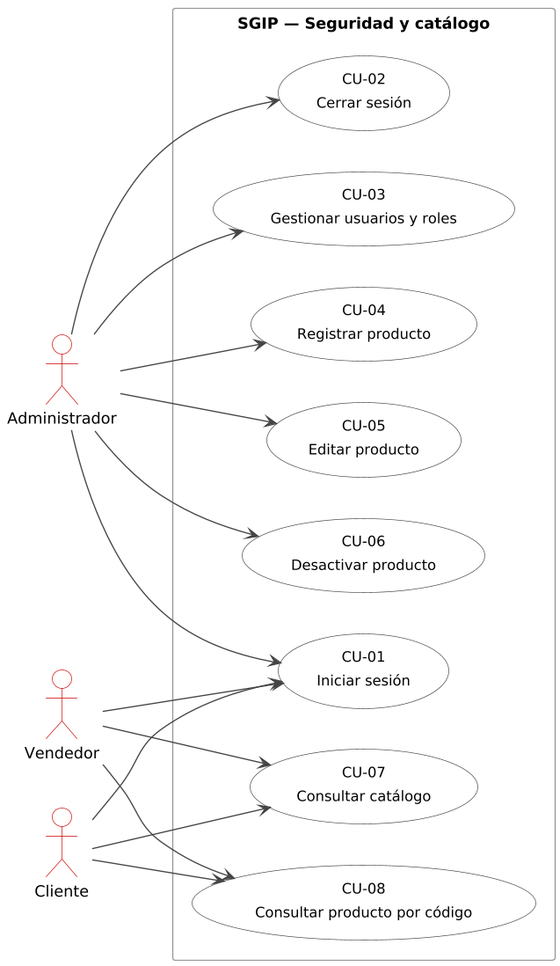
Above: docs/diagramas/png/01a_cu_seguridad_catalogo.png in JesusmanR/SGIP (PlantUML), before the change.
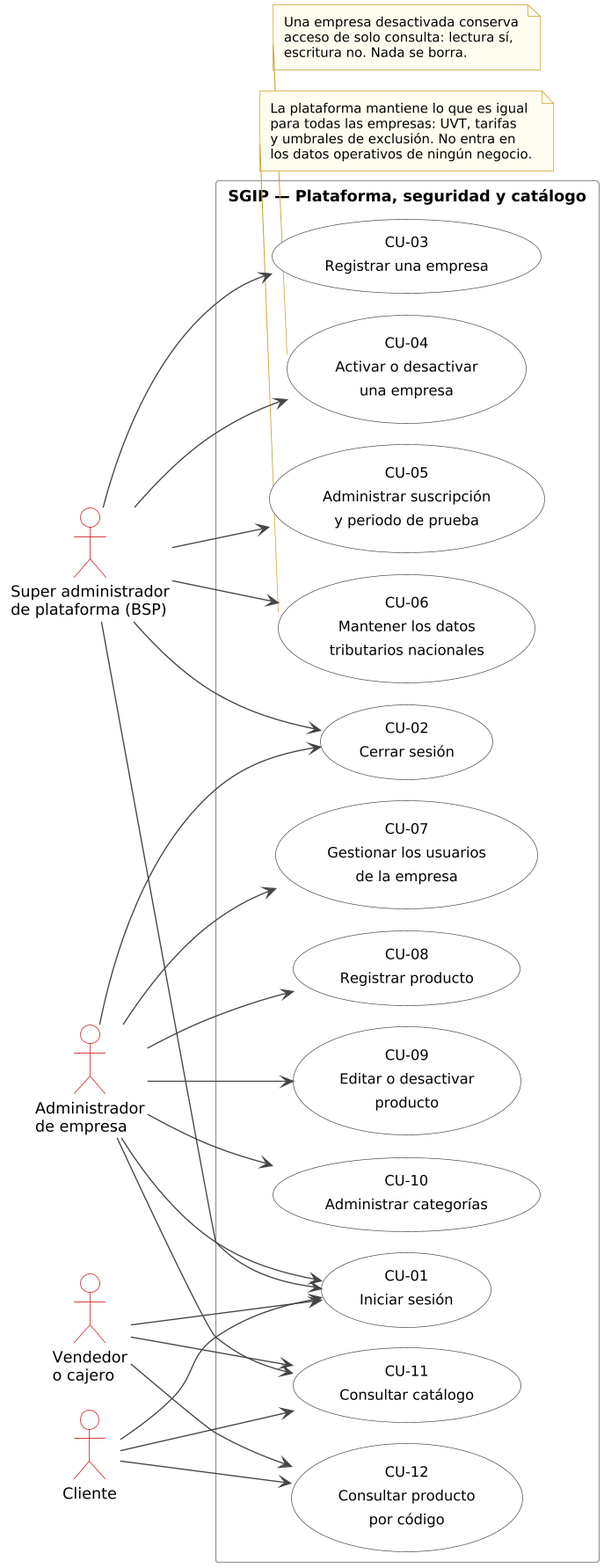
Above is the later version.

What changed in the source:
```diff
@@ -1,32 +1,61 @@
 @startuml
+!pragma layout smetana
 !include comun.iuml
 left to right direction
 
-actor "Administrador" as ADM
-actor "Vendedor" as VEN
+actor "Super administrador\nde plataforma (BSP)" as SUP
+actor "Administrador\nde empresa" as ADM
+actor "Vendedor\no cajero" as VEN
 actor "Cliente" as CLI
 
-rectangle "SGIP — Seguridad y catálogo" {
+rectangle "SGIP — Plataforma, seguridad y catálogo" {
   usecase "CU-01\nIniciar sesión" as CU01
   usecase "CU-02\nCerrar sesión" as CU02
-  usecase "CU-03\nGestionar usuarios y roles" as CU03
-  usecase "CU-04\nRegistrar producto" as CU04
-  usecase "CU-05\nEditar producto" as CU05
-  usecase "CU-06\nDesactivar producto" as CU06
-  usecase "CU-07\nConsultar catálogo" as CU07
-  usecase "CU-08\nConsultar producto por código" as CU08
+  usecase "CU-03\nRegistrar una empresa" as CU03
+  usecase "CU-04\nActivar o desactivar\nuna empresa" as CU04
+  usecase "CU-05\nAdministrar suscripción\ny periodo de prueba" as CU05
+  usecase "CU-06\nMantener los datos\ntributarios nacionales" as CU06
+  usecase "CU-07\nGestionar los usuarios\nde la empresa" as CU07
+  usecase "CU-08\nRegistrar producto" as CU08
+  usecase "CU-09\nEditar o desactivar\nproducto" as CU09
+  usecase "CU-10\nAdministrar categorías" as CU10
+  usecase "CU-11\nConsultar catálogo" as CU11
+  usecase "CU-12\nConsultar producto\npor código" as CU12
 }
+
+SUP --> CU01
+SUP --> CU02
+SUP --> CU03
+SUP --> CU04
+SUP --> CU05
+SUP --> CU06
 
 ADM --> CU01
 ADM --> CU02
-ADM --> CU03
-ADM --> CU04
-ADM --> CU05
-ADM --> CU06
+ADM --> CU07
+ADM --> CU08
+ADM --> CU09
+ADM --> CU10
+ADM --> CU11
+
 VEN --> CU01
-VEN --> CU07
-VEN --> CU08
+VEN --> CU11
+VEN --> CU12
+
 CLI --> CU01
-CLI --> CU07
-CLI --> CU08
+CLI --> CU11
+CLI --> CU12
+
+note bottom of CU04
+  Una empresa desactivada conserva
+  acceso de solo consulta: lectura sí,
+  escritura no. Nada se borra.
+end note
+
+note top of CU06
+  La plataforma mantiene lo que es igual
+  para todas las empresas: UVT, tarifas
+  y umbrales de exclusión. No entra en
+  los datos operativos de ningún negocio.
+end note
 @enduml
```
